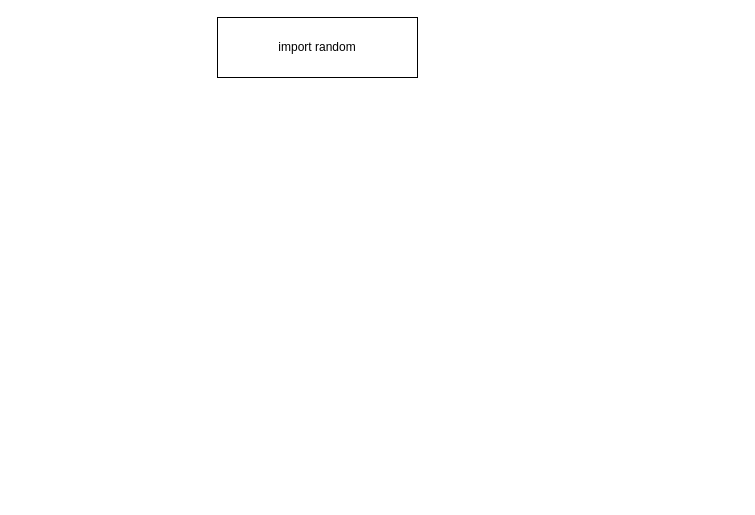
mgonzalz/adivina_un_numero keeps this draw.io diagram as diagrama.drawio. Above is the earlier version. Source tidied: cells renumbered, new cells numbered last; positions are measured from the earlier drawing's top-left corner, leaving out a move shared by most shapes. Both pictures are drawn from the tidied source at 100%, with x=0, y=0 at pixel (217, 17).
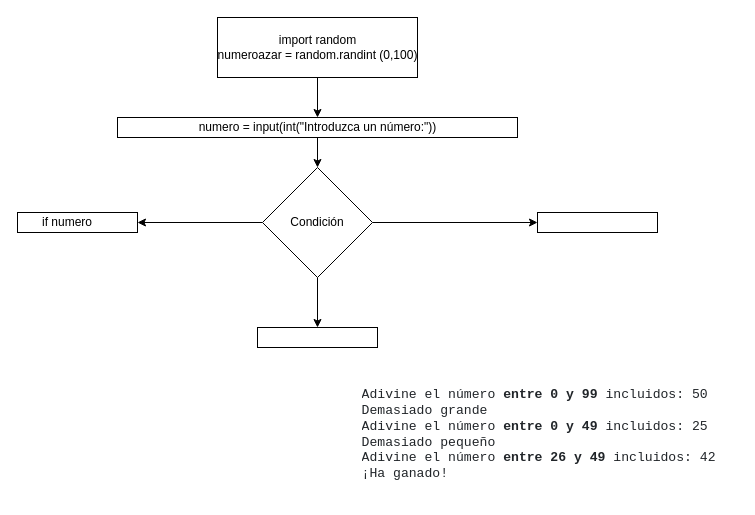
Above is the later version.

Unchanged cells that the change refers to:
```xml
<mxCell id="2" style="rounded=0;whiteSpace=wrap;html=1;" parent="1" vertex="1">
  <mxGeometry width="200" height="60" as="geometry" />
</mxCell>
```

The edit, as a diff of the source:
```diff
@@
+    <mxCell id="4" style="edgeStyle=none;html=1;" parent="1" edge="1" source="2">
+      <mxGeometry relative="1" as="geometry">
+        <mxPoint x="100" y="100" as="targetPoint" />
+      </mxGeometry>
+    </mxCell>
@@
-    <mxCell id="3" value="import random" style="text;html=1;strokeColor=none;fillColor=none;align=center;verticalAlign=middle;whiteSpace=wrap;rounded=0;" parent="1" vertex="1">
-      <mxGeometry x="40" y="15" width="120" height="30" as="geometry" />
-    </mxCell>
+    <mxCell id="5" style="edgeStyle=none;html=1;" parent="1" edge="1" source="8">
+      <mxGeometry relative="1" as="geometry">
+        <mxPoint x="320" y="205" as="targetPoint" />
+      </mxGeometry>
+    </mxCell>
+    <mxCell id="6" style="edgeStyle=none;html=1;exitX=0;exitY=0.5;exitDx=0;exitDy=0;" parent="1" edge="1" source="8">
+      <mxGeometry relative="1" as="geometry">
+        <mxPoint x="-80" y="205" as="targetPoint" />
+      </mxGeometry>
+    </mxCell>
+    <mxCell id="7" style="edgeStyle=none;html=1;" parent="1" edge="1" source="8">
+      <mxGeometry relative="1" as="geometry">
+        <mxPoint x="100" y="310" as="targetPoint" />
+      </mxGeometry>
+    </mxCell>
+    <mxCell id="8" style="rhombus;whiteSpace=wrap;html=1;" parent="1" vertex="1">
+      <mxGeometry x="45" y="150" width="110" height="110" as="geometry" />
+    </mxCell>
+    <mxCell id="9" value="Condición" style="text;html=1;strokeColor=none;fillColor=none;align=center;verticalAlign=middle;whiteSpace=wrap;rounded=0;" parent="1" vertex="1">
+      <mxGeometry x="70" y="190" width="60" height="30" as="geometry" />
+    </mxCell>
+    <mxCell id="10" value="import random&lt;br&gt;numeroazar = random.randint (0,100)" style="text;html=1;align=center;verticalAlign=middle;fillColor=none;strokeColor=none;rounded=0;" parent="1" vertex="1">
+      <mxGeometry x="-10" y="15" width="220" height="30" as="geometry" />
+    </mxCell>
+    <mxCell id="11" value="&lt;pre style=&quot;box-sizing: border-box ; font-family: , &amp;#34;menlo&amp;#34; , &amp;#34;monaco&amp;#34; , &amp;#34;consolas&amp;#34; , &amp;#34;liberation mono&amp;#34; , &amp;#34;courier new&amp;#34; , monospace ; font-size: 13.125px ; margin-top: 0px ; margin-bottom: 1rem ; overflow: auto ; color: rgb(33 , 37 , 41) ; text-align: left ; background-color: rgba(255 , 255 , 255 , 0.85)&quot;&gt;&lt;code style=&quot;box-sizing: border-box ; font-family: , &amp;#34;menlo&amp;#34; , &amp;#34;monaco&amp;#34; , &amp;#34;consolas&amp;#34; , &amp;#34;liberation mono&amp;#34; , &amp;#34;courier new&amp;#34; , monospace ; font-size: inherit ; overflow-wrap: break-word ; word-break: normal&quot;&gt;Adivine el número &lt;span style=&quot;box-sizing: border-box ; font-weight: bolder&quot;&gt;entre 0 y 99&lt;/span&gt; incluidos: 50&amp;nbsp;&lt;br/&gt;Demasiado grande&amp;nbsp;&lt;br/&gt;Adivine el número &lt;span style=&quot;box-sizing: border-box ; font-weight: bolder&quot;&gt;entre 0 y 49&lt;/span&gt; incluidos: 25&amp;nbsp;&lt;br/&gt;Demasiado pequeño&amp;nbsp;&lt;br/&gt;Adivine el número &lt;span style=&quot;box-sizing: border-box ; font-weight: bolder&quot;&gt;entre 26 y 49&lt;/span&gt; incluidos: 42&amp;nbsp;&lt;br/&gt;¡Ha ganado! &lt;/code&gt;&lt;/pre&gt;" style="text;html=1;align=center;verticalAlign=middle;fillColor=none;strokeColor=none;rounded=0;" parent="1" vertex="1">
+      <mxGeometry x="130" y="370" width="390" height="110" as="geometry" />
+    </mxCell>
+    <mxCell id="12" style="edgeStyle=none;html=1;" parent="1" edge="1" source="13" target="8">
+      <mxGeometry relative="1" as="geometry" />
+    </mxCell>
+    <mxCell id="13" style="rounded=0;whiteSpace=wrap;html=1;" parent="1" vertex="1">
+      <mxGeometry x="-100" y="100" width="400" height="20" as="geometry" />
+    </mxCell>
+    <mxCell id="14" value="numero = input(int(&quot;Introduzca un número:&quot;))" style="text;html=1;align=center;verticalAlign=middle;fillColor=none;strokeColor=none;rounded=0;" parent="1" vertex="1">
+      <mxGeometry x="-25" y="100" width="250" height="20" as="geometry" />
+    </mxCell>
+    <mxCell id="15" style="rounded=0;whiteSpace=wrap;html=1;" parent="1" vertex="1">
+      <mxGeometry x="-200" y="195" width="120" height="20" as="geometry" />
+    </mxCell>
+    <mxCell id="16" style="rounded=0;whiteSpace=wrap;html=1;" parent="1" vertex="1">
+      <mxGeometry x="320" y="195" width="120" height="20" as="geometry" />
+    </mxCell>
+    <mxCell id="17" style="rounded=0;whiteSpace=wrap;html=1;" parent="1" vertex="1">
+      <mxGeometry x="40" y="310" width="120" height="20" as="geometry" />
+    </mxCell>
+    <mxCell id="18" value="if numero" style="text;html=1;strokeColor=none;fillColor=none;align=center;verticalAlign=middle;whiteSpace=wrap;rounded=0;" parent="1" vertex="1">
+      <mxGeometry x="-180" y="195" width="60" height="20" as="geometry" />
+    </mxCell>
```
